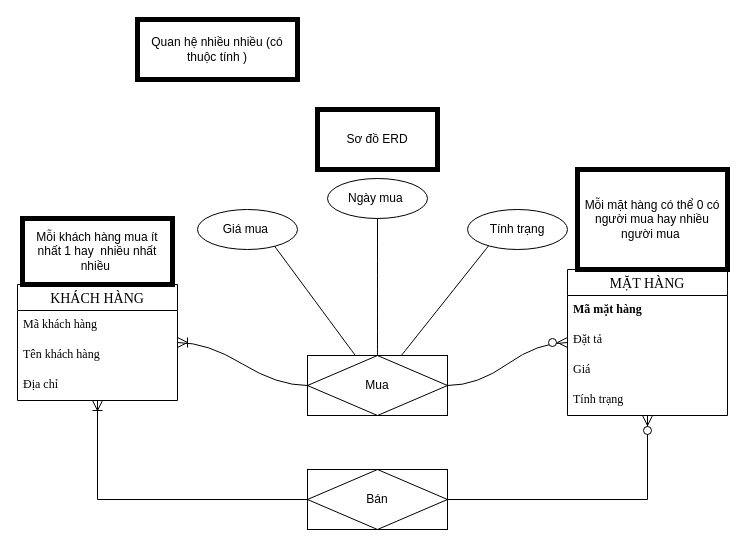
The draw.io diagram page "Bài 2" (2 of 2) of Biểu đồ không có tiêu đề.drawio in LONGDKZdev/Flowchart, before the edit. Source tidied: cells renumbered, new cells numbered last; positions are measured from the earlier drawing's top-left corner, leaving out a move shared by most shapes. Both pictures are drawn from the tidied source at 100%, with x=0, y=0 at pixel (17, 19).
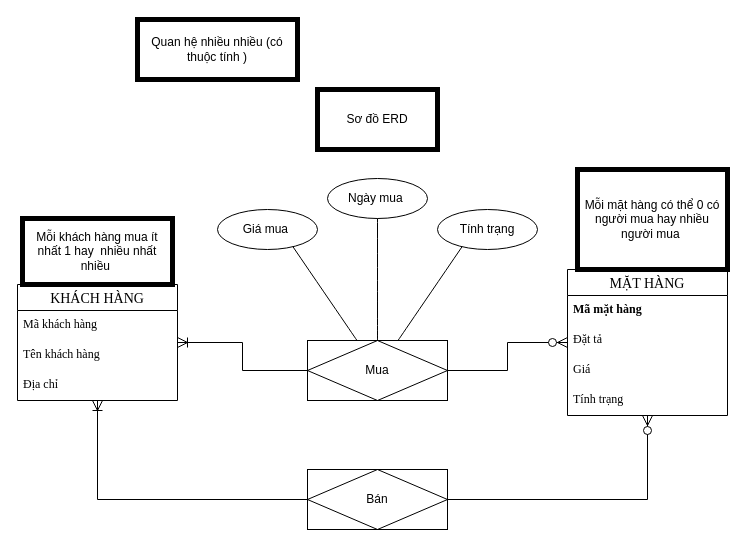
Above is the later version.

Unchanged cells that the change refers to:
```xml
<mxCell id="2" value="KHÁCH HÀNG" style="swimlane;fontStyle=0;horizontal=1;startSize=26;align=center;fontSize=14;fontFamily=Times New Roman;" parent="1" vertex="1">
  <mxGeometry y="265" width="160" height="116" as="geometry" />
</mxCell>
<mxCell id="7" value="MẶT HÀNG" style="swimlane;fontStyle=0;horizontal=1;startSize=26;align=center;fontSize=14;fontFamily=Times New Roman;" parent="1" vertex="1">
  <mxGeometry x="550" y="250" width="160" height="146" as="geometry" />
</mxCell>
```

Diff of the diagram source:
```diff
@@
     <mxCell id="12" value="Sơ đồ ERD" style="rounded=0;whiteSpace=wrap;html=1;strokeWidth=5;" parent="1" vertex="1">
-      <mxGeometry x="300" y="90" width="120" height="60" as="geometry" />
+      <mxGeometry x="300" y="70" width="120" height="60" as="geometry" />
     </mxCell>
@@
-    <mxCell id="14" style="edgeStyle=entityRelationEdgeStyle;fontSize=12;html=1;endArrow=ERoneToMany;startArrow=none;rounded=0;startSize=8;endSize=8;curved=1;startFill=0;" parent="1" edge="1" source="20" target="2">
+    <mxCell id="14" style="edgeStyle=orthogonalEdgeStyle;fontSize=12;html=1;endArrow=ERoneToMany;startArrow=none;rounded=0;startSize=8;endSize=8;startFill=0;" parent="1" edge="1" source="20" target="2">
       <mxGeometry relative="1" as="geometry" />
     </mxCell>
@@
-    <mxCell id="16" style="edgeStyle=entityRelationEdgeStyle;fontSize=12;html=1;endArrow=none;startArrow=ERzeroToMany;rounded=0;startSize=8;endSize=8;curved=1;endFill=0;" parent="1" edge="1" source="7" target="20">
+    <mxCell id="16" style="edgeStyle=orthogonalEdgeStyle;fontSize=12;html=1;endArrow=none;startArrow=ERzeroToMany;rounded=0;startSize=8;endSize=8;endFill=0;" parent="1" edge="1" source="7" target="20">
       <mxGeometry relative="1" as="geometry" />
     </mxCell>
@@
     <mxCell id="20" value="Mua" style="shape=associativeEntity;whiteSpace=wrap;html=1;align=center;" parent="1" vertex="1">
-      <mxGeometry x="290" y="336" width="140" height="60" as="geometry" />
+      <mxGeometry x="290" y="321" width="140" height="60" as="geometry" />
     </mxCell>
     <mxCell id="21" value="Giá mua&amp;nbsp;" style="ellipse;whiteSpace=wrap;html=1;align=center;" parent="1" vertex="1">
-      <mxGeometry x="180" y="190" width="100" height="40" as="geometry" />
+      <mxGeometry x="200" y="190" width="100" height="40" as="geometry" />
     </mxCell>
@@
     <mxCell id="23" value="Tính trạng" style="ellipse;whiteSpace=wrap;html=1;align=center;" parent="1" vertex="1">
-      <mxGeometry x="450" y="190" width="100" height="40" as="geometry" />
+      <mxGeometry x="420" y="190" width="100" height="40" as="geometry" />
     </mxCell>
```
